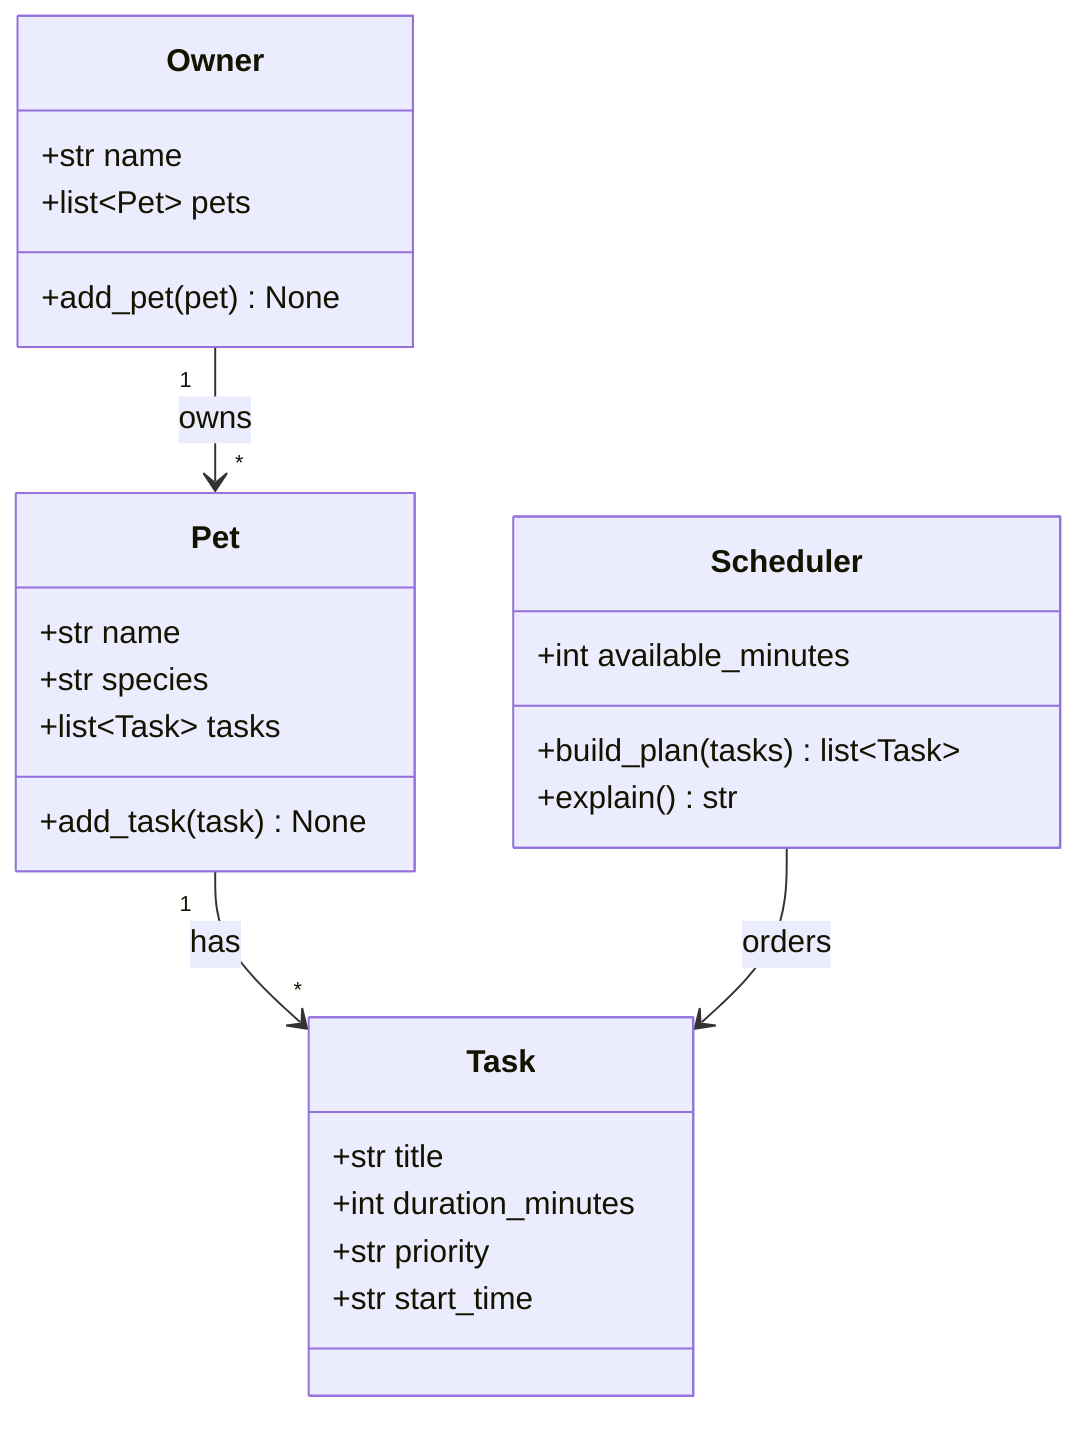
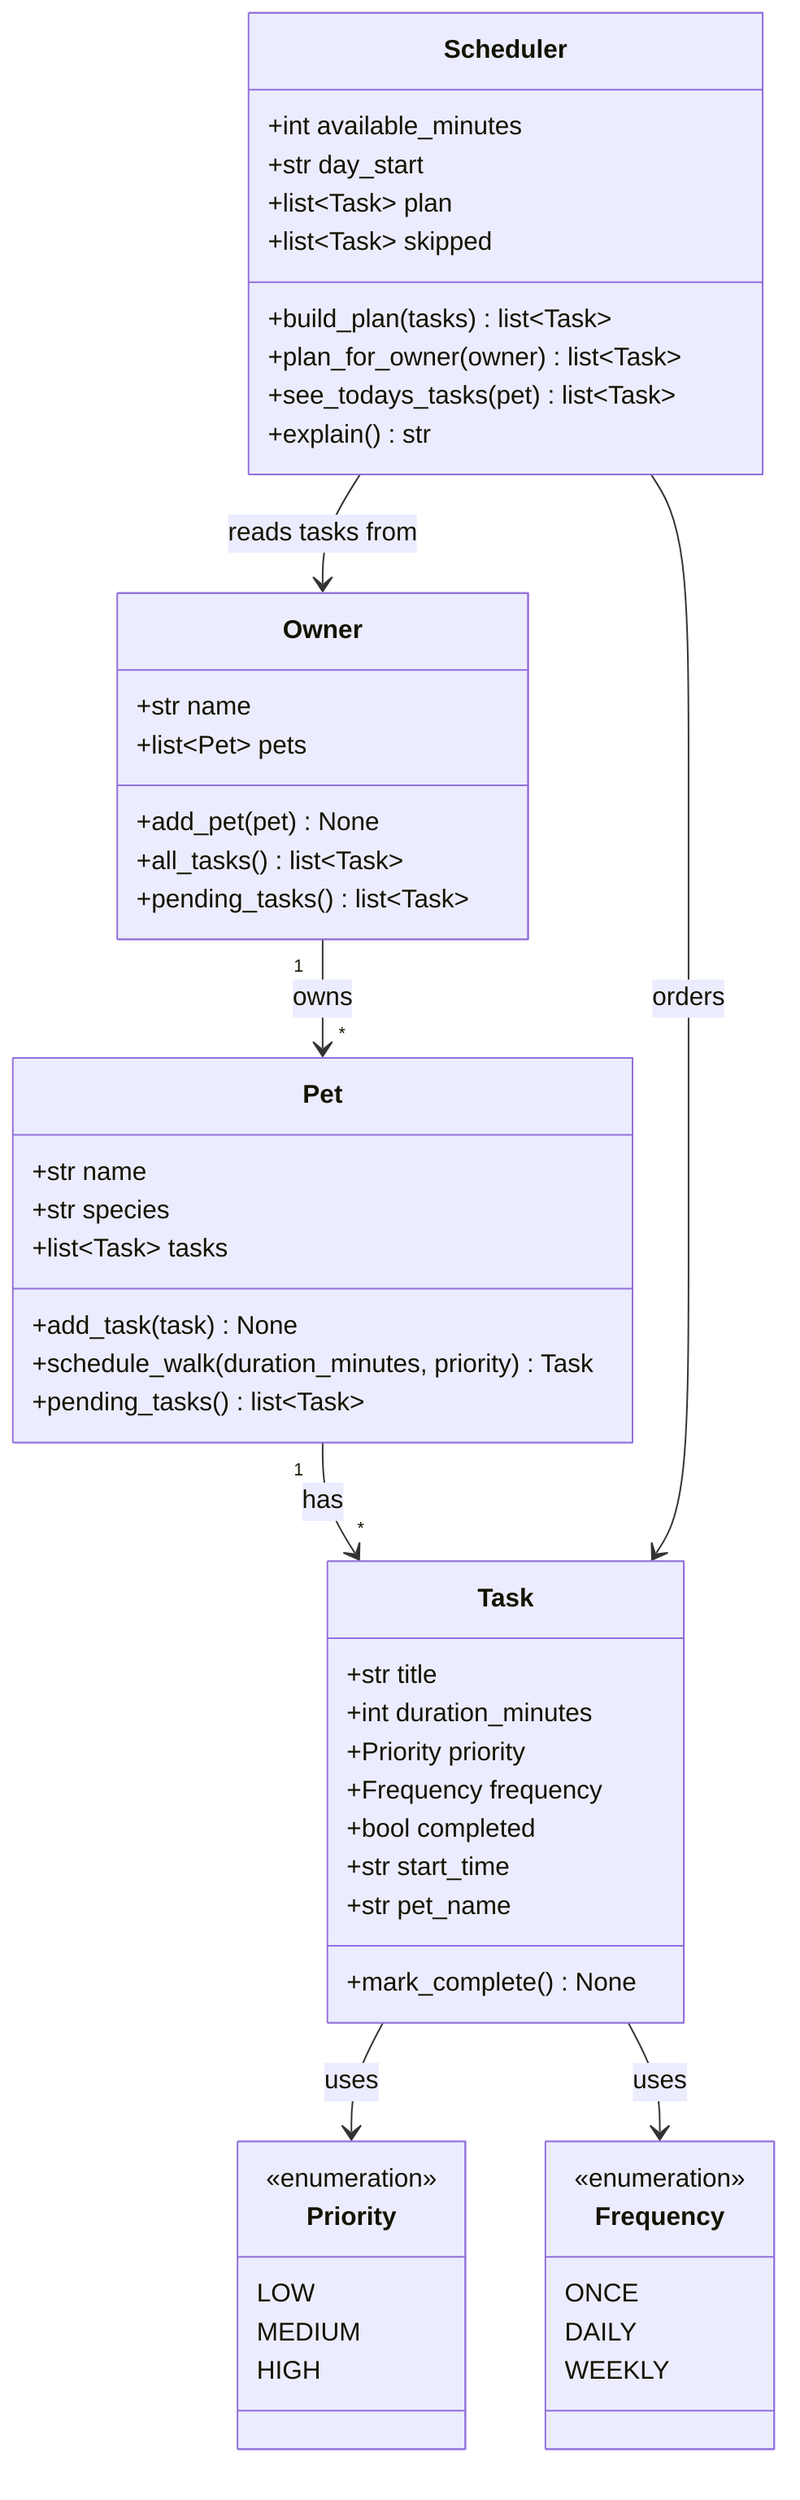
classDiagram
-     %% PawPal+ initial design. Update this file so it matches your final implementation.
+     %% PawPal+ design. Kept in sync with pawpal_system.py.

    class Owner {
        +str name
        +list~Pet~ pets
        +add_pet(pet) None
+         +all_tasks() list~Task~
+         +pending_tasks() list~Task~
    }

    class Pet {
        +str name
        +str species
        +list~Task~ tasks
        +add_task(task) None
+         +schedule_walk(duration_minutes, priority) Task
+         +pending_tasks() list~Task~
+     }
+ 
+     class Priority {
+         <<enumeration>>
+         LOW
+         MEDIUM
+         HIGH
+     }
+ 
+     class Frequency {
+         <<enumeration>>
+         ONCE
+         DAILY
+         WEEKLY
    }

    class Task {
        +str title
        +int duration_minutes
-         +str priority
+         +Priority priority
+         +Frequency frequency
+         +bool completed
        +str start_time
+         +str pet_name
+         +mark_complete() None
    }

    class Scheduler {
        +int available_minutes
+         +str day_start
+         +list~Task~ plan
+         +list~Task~ skipped
        +build_plan(tasks) list~Task~
+         +plan_for_owner(owner) list~Task~
+         +see_todays_tasks(pet) list~Task~
        +explain() str
    }

    Owner "1" --> "*" Pet : owns
    Pet "1" --> "*" Task : has
+     Task --> Priority : uses
+     Task --> Frequency : uses
+     Scheduler --> Owner : reads tasks from
    Scheduler --> Task : orders
